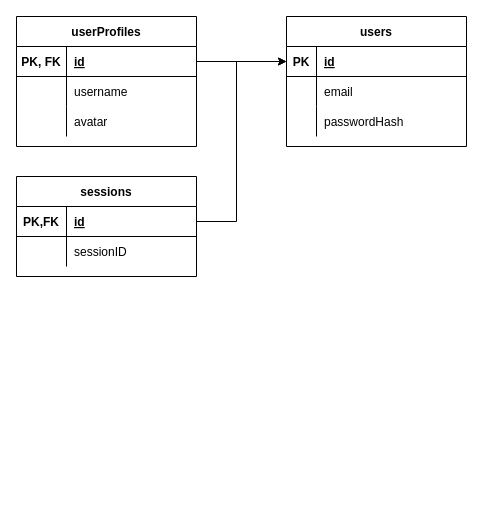
Before: database.drawio in EliasEriksson/Chat.app, a draw.io diagram. Source tidied: cells renumbered, new cells numbered last; positions are measured from the earlier drawing's top-left corner, leaving out a move shared by most shapes. Both pictures are drawn from the tidied source at 100%, with x=0, y=0 at pixel (16, 16).
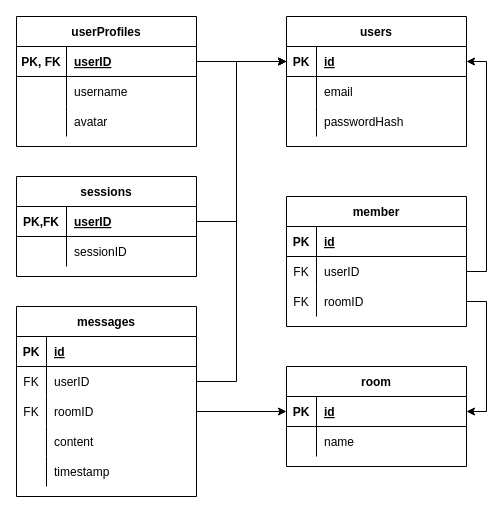
Above is the later version.

The change refers to these unchanged cells:
```xml
<mxCell id="3" style="shape=partialRectangle;fillColor=none;top=0;left=0;bottom=1;right=0;points=[[0,0.5],[1,0.5]];portConstraint=eastwest;" parent="2" vertex="1">
  <mxGeometry y="30" width="180" height="30" as="geometry" />
</mxCell>
<mxCell id="13" style="shape=partialRectangle;fillColor=none;top=0;left=0;bottom=1;right=0;points=[[0,0.5],[1,0.5]];portConstraint=eastwest;" parent="12" vertex="1">
  <mxGeometry y="30" width="180" height="30" as="geometry" />
</mxCell>
<mxCell id="24" style="shape=partialRectangle;fillColor=none;top=0;left=0;bottom=1;right=0;points=[[0,0.5],[1,0.5]];portConstraint=eastwest;" parent="23" vertex="1">
  <mxGeometry y="30" width="180" height="30" as="geometry" />
</mxCell>
```

Diff of the diagram source:
```diff
@@
-    <mxCell id="15" value="id" style="shape=partialRectangle;fillColor=none;top=0;left=0;bottom=0;right=0;align=left;spacingLeft=6;fontStyle=5;overflow=hidden;" parent="13" vertex="1">
+    <mxCell id="15" value="userID" style="shape=partialRectangle;fillColor=none;top=0;left=0;bottom=0;right=0;align=left;spacingLeft=6;fontStyle=5;overflow=hidden;" parent="13" vertex="1">
       <mxGeometry x="50" width="130" height="30" as="geometry" />
     </mxCell>
@@
-    <mxCell id="26" value="id" style="shape=partialRectangle;fillColor=none;top=0;left=0;bottom=0;right=0;align=left;spacingLeft=6;fontStyle=5;overflow=hidden;" parent="24" vertex="1">
+    <mxCell id="26" value="userID" style="shape=partialRectangle;fillColor=none;top=0;left=0;bottom=0;right=0;align=left;spacingLeft=6;fontStyle=5;overflow=hidden;" parent="24" vertex="1">
       <mxGeometry x="50" width="130" height="30" as="geometry" />
     </mxCell>
@@
+    <mxCell id="31" value="room" style="shape=table;startSize=30;childLayout=tableLayout;rowLines=0;fontStyle=1;align=center;" parent="1" vertex="1">
+      <mxGeometry x="270" y="350" width="180" height="100" as="geometry" />
+    </mxCell>
+    <mxCell id="32" style="shape=partialRectangle;fillColor=none;top=0;left=0;bottom=1;right=0;points=[[0,0.5],[1,0.5]];portConstraint=eastwest;" parent="31" vertex="1">
+      <mxGeometry y="30" width="180" height="30" as="geometry" />
+    </mxCell>
+    <mxCell id="33" value="PK" style="shape=partialRectangle;fillColor=none;top=0;left=0;bottom=0;right=0;fontStyle=1;overflow=hidden;" parent="32" vertex="1">
+      <mxGeometry width="30" height="30" as="geometry" />
+    </mxCell>
+    <mxCell id="34" value="id" style="shape=partialRectangle;fillColor=none;top=0;left=0;bottom=0;right=0;align=left;spacingLeft=6;fontStyle=5;overflow=hidden;" parent="32" vertex="1">
+      <mxGeometry x="30" width="150" height="30" as="geometry" />
+    </mxCell>
+    <mxCell id="35" style="shape=partialRectangle;fillColor=none;top=0;left=0;bottom=0;right=0;" parent="31" vertex="1">
+      <mxGeometry y="60" width="180" height="30" as="geometry" />
+    </mxCell>
+    <mxCell id="36" style="shape=partialRectangle;fillColor=none;top=0;left=0;bottom=0;right=0;overflow=hidden;" parent="35" vertex="1">
+      <mxGeometry width="30" height="30" as="geometry" />
+    </mxCell>
+    <mxCell id="37" value="name" style="shape=partialRectangle;fillColor=none;top=0;left=0;bottom=0;right=0;align=left;spacingLeft=6;overflow=hidden;" parent="35" vertex="1">
+      <mxGeometry x="30" width="150" height="30" as="geometry" />
+    </mxCell>
+    <mxCell id="38" value="messages" style="shape=table;startSize=30;childLayout=tableLayout;rowLines=0;fontStyle=1;align=center;" parent="1" vertex="1">
+      <mxGeometry y="290" width="180" height="190" as="geometry" />
+    </mxCell>
+    <mxCell id="39" style="shape=partialRectangle;fillColor=none;top=0;left=0;bottom=1;right=0;" parent="38" vertex="1">
+      <mxGeometry y="30" width="180" height="30" as="geometry" />
+    </mxCell>
+    <mxCell id="40" value="PK" style="shape=partialRectangle;fillColor=none;top=0;left=0;bottom=0;right=0;fontStyle=1;overflow=hidden;" parent="39" vertex="1">
+      <mxGeometry width="30" height="30" as="geometry" />
+    </mxCell>
+    <mxCell id="41" value="id" style="shape=partialRectangle;fillColor=none;top=0;left=0;bottom=0;right=0;align=left;spacingLeft=6;fontStyle=5;overflow=hidden;" parent="39" vertex="1">
+      <mxGeometry x="30" width="150" height="30" as="geometry" />
+    </mxCell>
+    <mxCell id="42" style="shape=partialRectangle;fillColor=none;top=0;left=0;bottom=0;right=0;points=[[0,0.5],[1,0.5]];portConstraint=eastwest;" parent="38" vertex="1">
+      <mxGeometry y="60" width="180" height="30" as="geometry" />
+    </mxCell>
+    <mxCell id="43" value="FK" style="shape=partialRectangle;fillColor=none;top=0;left=0;bottom=0;right=0;overflow=hidden;" parent="42" vertex="1">
+      <mxGeometry width="30" height="30" as="geometry" />
+    </mxCell>
+    <mxCell id="44" value="userID" style="shape=partialRectangle;fillColor=none;top=0;left=0;bottom=0;right=0;align=left;spacingLeft=6;overflow=hidden;" parent="42" vertex="1">
+      <mxGeometry x="30" width="150" height="30" as="geometry" />
+    </mxCell>
+    <mxCell id="45" style="shape=partialRectangle;fillColor=none;top=0;left=0;bottom=0;right=0;points=[[0,0.5],[1,0.5]];portConstraint=eastwest;" parent="38" vertex="1">
+      <mxGeometry y="90" width="180" height="30" as="geometry" />
+    </mxCell>
+    <mxCell id="46" value="FK" style="shape=partialRectangle;fillColor=none;top=0;left=0;bottom=0;right=0;overflow=hidden;" parent="45" vertex="1">
+      <mxGeometry width="30" height="30" as="geometry" />
+    </mxCell>
+    <mxCell id="47" value="roomID" style="shape=partialRectangle;fillColor=none;top=0;left=0;bottom=0;right=0;align=left;spacingLeft=6;overflow=hidden;" parent="45" vertex="1">
+      <mxGeometry x="30" width="150" height="30" as="geometry" />
+    </mxCell>
+    <mxCell id="48" style="shape=partialRectangle;fillColor=none;top=0;left=0;bottom=0;right=0;" parent="38" vertex="1">
+      <mxGeometry y="120" width="180" height="30" as="geometry" />
+    </mxCell>
+    <mxCell id="49" style="shape=partialRectangle;fillColor=none;top=0;left=0;bottom=0;right=0;overflow=hidden;" parent="48" vertex="1">
+      <mxGeometry width="30" height="30" as="geometry" />
+    </mxCell>
+    <mxCell id="50" value="content" style="shape=partialRectangle;fillColor=none;top=0;left=0;bottom=0;right=0;align=left;spacingLeft=6;overflow=hidden;" parent="48" vertex="1">
+      <mxGeometry x="30" width="150" height="30" as="geometry" />
+    </mxCell>
+    <mxCell id="51" style="shape=partialRectangle;fillColor=none;top=0;left=0;bottom=0;right=0;" parent="38" vertex="1">
+      <mxGeometry y="150" width="180" height="30" as="geometry" />
+    </mxCell>
+    <mxCell id="52" style="shape=partialRectangle;fillColor=none;top=0;left=0;bottom=0;right=0;overflow=hidden;" parent="51" vertex="1">
+      <mxGeometry width="30" height="30" as="geometry" />
+    </mxCell>
+    <mxCell id="53" value="timestamp" style="shape=partialRectangle;fillColor=none;top=0;left=0;bottom=0;right=0;align=left;spacingLeft=6;overflow=hidden;" parent="51" vertex="1">
+      <mxGeometry x="30" width="150" height="30" as="geometry" />
+    </mxCell>
+    <mxCell id="54" style="edgeStyle=orthogonalEdgeStyle;rounded=0;jettySize=auto;html=1;entryX=0;entryY=0.5;entryDx=0;entryDy=0;exitX=1;exitY=0.5;exitDx=0;exitDy=0;" parent="1" edge="1" source="42" target="3">
+      <mxGeometry relative="1" as="geometry">
+        <Array as="points">
+          <mxPoint x="220" y="365" />
+          <mxPoint x="220" y="45" />
+        </Array>
+      </mxGeometry>
+    </mxCell>
+    <mxCell id="55" style="edgeStyle=orthogonalEdgeStyle;rounded=0;jettySize=auto;html=1;exitX=1;exitY=0.5;exitDx=0;exitDy=0;entryX=0;entryY=0.5;entryDx=0;entryDy=0;" parent="1" edge="1" source="45" target="32">
+      <mxGeometry relative="1" as="geometry" />
+    </mxCell>
+    <mxCell id="56" value="member" style="shape=table;startSize=30;childLayout=tableLayout;rowLines=0;fontStyle=1;align=center;" parent="1" vertex="1">
+      <mxGeometry x="270" y="180" width="180" height="130" as="geometry" />
+    </mxCell>
+    <mxCell id="57" style="shape=partialRectangle;fillColor=none;top=0;left=0;bottom=1;right=0;" parent="56" vertex="1">
+      <mxGeometry y="30" width="180" height="30" as="geometry" />
+    </mxCell>
+    <mxCell id="58" value="PK" style="shape=partialRectangle;fillColor=none;top=0;left=0;bottom=0;right=0;fontStyle=1;overflow=hidden;" parent="57" vertex="1">
+      <mxGeometry width="30" height="30" as="geometry" />
+    </mxCell>
+    <mxCell id="59" value="id" style="shape=partialRectangle;fillColor=none;top=0;left=0;bottom=0;right=0;align=left;spacingLeft=6;fontStyle=5;overflow=hidden;" parent="57" vertex="1">
+      <mxGeometry x="30" width="150" height="30" as="geometry" />
+    </mxCell>
+    <mxCell id="60" style="shape=partialRectangle;fillColor=none;top=0;left=0;bottom=0;right=0;points=[[0,0.5],[1,0.5]];portConstraint=eastwest;" parent="56" vertex="1">
+      <mxGeometry y="60" width="180" height="30" as="geometry" />
+    </mxCell>
+    <mxCell id="61" value="FK" style="shape=partialRectangle;fillColor=none;top=0;left=0;bottom=0;right=0;overflow=hidden;" parent="60" vertex="1">
+      <mxGeometry width="30" height="30" as="geometry" />
+    </mxCell>
+    <mxCell id="62" value="userID" style="shape=partialRectangle;fillColor=none;top=0;left=0;bottom=0;right=0;align=left;spacingLeft=6;overflow=hidden;" parent="60" vertex="1">
+      <mxGeometry x="30" width="150" height="30" as="geometry" />
+    </mxCell>
+    <mxCell id="63" style="shape=partialRectangle;fillColor=none;top=0;left=0;bottom=0;right=0;points=[[0,0.5],[1,0.5]];portConstraint=eastwest;" parent="56" vertex="1">
+      <mxGeometry y="90" width="180" height="30" as="geometry" />
+    </mxCell>
+    <mxCell id="64" value="FK" style="shape=partialRectangle;fillColor=none;top=0;left=0;bottom=0;right=0;overflow=hidden;" parent="63" vertex="1">
+      <mxGeometry width="30" height="30" as="geometry" />
+    </mxCell>
+    <mxCell id="65" value="roomID" style="shape=partialRectangle;fillColor=none;top=0;left=0;bottom=0;right=0;align=left;spacingLeft=6;overflow=hidden;" parent="63" vertex="1">
+      <mxGeometry x="30" width="150" height="30" as="geometry" />
+    </mxCell>
+    <mxCell id="66" style="edgeStyle=orthogonalEdgeStyle;rounded=0;jettySize=auto;html=1;exitX=1;exitY=0.5;exitDx=0;exitDy=0;entryX=1;entryY=0.5;entryDx=0;entryDy=0;" parent="1" edge="1" source="60" target="3">
+      <mxGeometry relative="1" as="geometry" />
+    </mxCell>
+    <mxCell id="67" style="edgeStyle=orthogonalEdgeStyle;rounded=0;jettySize=auto;html=1;exitX=1;exitY=0.5;exitDx=0;exitDy=0;entryX=1;entryY=0.5;entryDx=0;entryDy=0;" parent="1" edge="1" source="63" target="32">
+      <mxGeometry relative="1" as="geometry" />
+    </mxCell>
```
